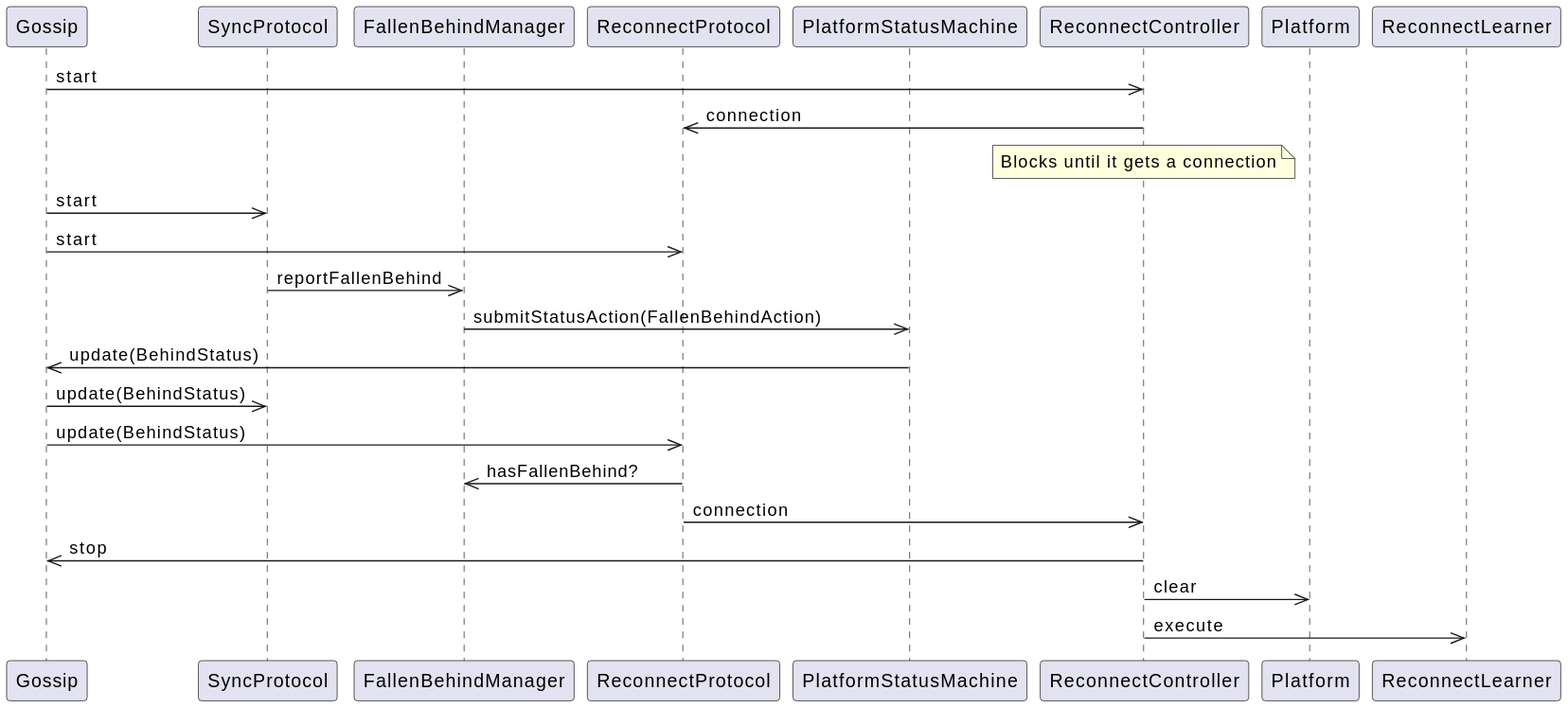
The PlantUML diagram platform-sdk/docs/proposals/reconnect-refactor/sequence.svg in hiero-ledger/hiero-consensus-node, before a commit. Its diagram source:
```plantuml
@startuml
participant Gossip as Gossip
  participant SyncProtocol as SyncProtocol
  participant FallenBehindManager as FallenBehindManager
  participant ReconnectProtocol as ReconnectProtocol
  participant PlatformStatusMachine as PlatformStatusMachine
  participant ReconnectController as ReconnectController
  participant Platform as Platform
  participant ReconnectLearner as ReconnectLearner

  Gossip ->> ReconnectController: start
  ReconnectController ->> ReconnectProtocol: connection
  Note over ReconnectController: Blocks until it gets a connection
  Gossip ->> SyncProtocol: start
  Gossip ->> ReconnectProtocol: start
  SyncProtocol ->> FallenBehindManager: reportFallenBehind
  FallenBehindManager ->> PlatformStatusMachine: submitStatusAction(FallenBehindAction)
  PlatformStatusMachine ->> Gossip: update(BehindStatus)
  Gossip ->> SyncProtocol: update(BehindStatus)
  Gossip ->> ReconnectProtocol: update(BehindStatus)
  ReconnectProtocol ->> FallenBehindManager: hasFallenBehind?
  ReconnectProtocol ->> ReconnectController: connection
  ReconnectController ->> Gossip: stop
  ReconnectController ->> Platform: clear
  ReconnectController ->> ReconnectLearner: execute
@enduml
```
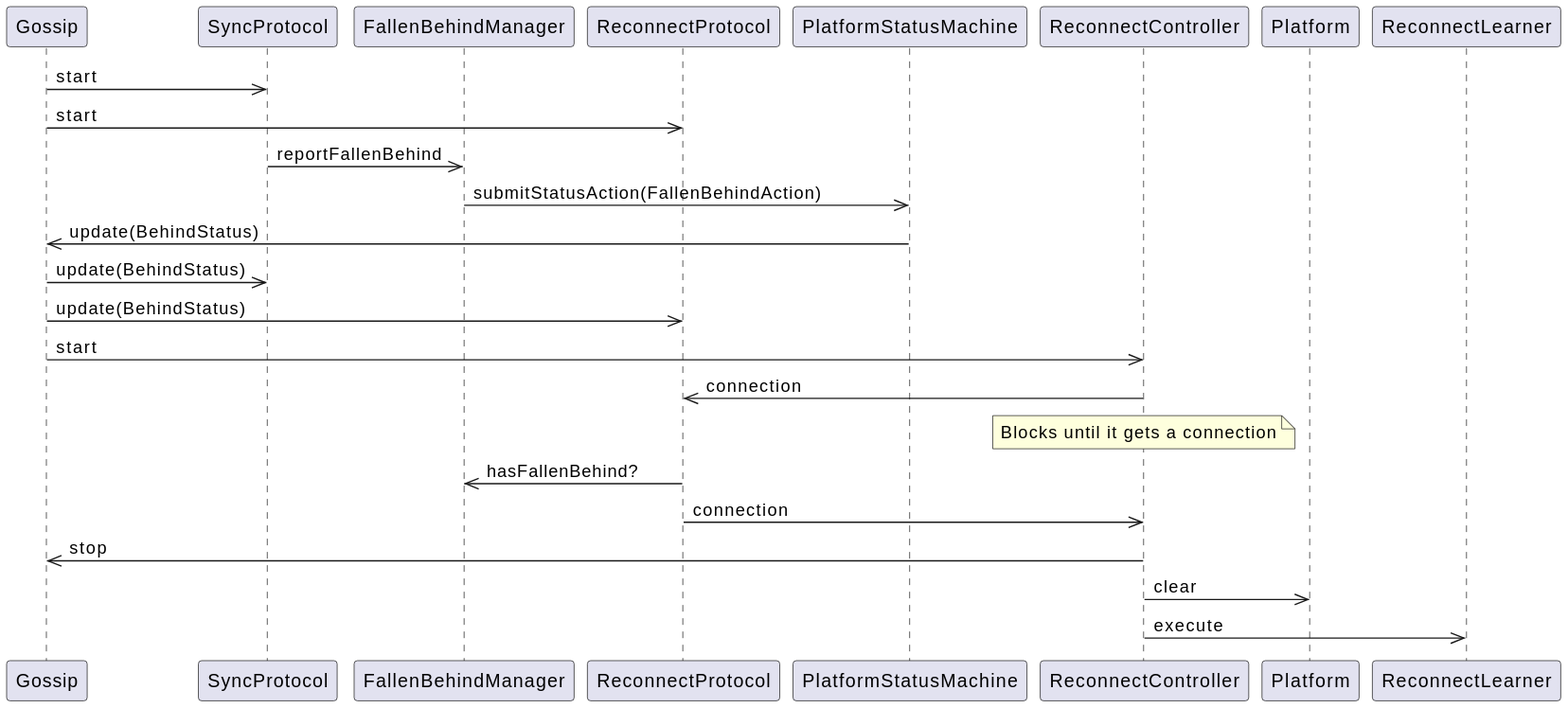
Later version of the same file.

Commit message:
docs(20242): Proposal for an architectural refactoring of the platform's state synchronization

What changed in the source:
```diff
@@ -8,9 +8,8 @@
   participant Platform as Platform
   participant ReconnectLearner as ReconnectLearner
 
-  Gossip ->> ReconnectController: start
-  ReconnectController ->> ReconnectProtocol: connection
-  Note over ReconnectController: Blocks until it gets a connection
+
+
   Gossip ->> SyncProtocol: start
   Gossip ->> ReconnectProtocol: start
   SyncProtocol ->> FallenBehindManager: reportFallenBehind
@@ -18,6 +17,9 @@
   PlatformStatusMachine ->> Gossip: update(BehindStatus)
   Gossip ->> SyncProtocol: update(BehindStatus)
   Gossip ->> ReconnectProtocol: update(BehindStatus)
+  Gossip ->> ReconnectController: start
+  ReconnectController ->> ReconnectProtocol: connection
+  Note over ReconnectController: Blocks until it gets a connection
   ReconnectProtocol ->> FallenBehindManager: hasFallenBehind?
   ReconnectProtocol ->> ReconnectController: connection
   ReconnectController ->> Gossip: stop
```
